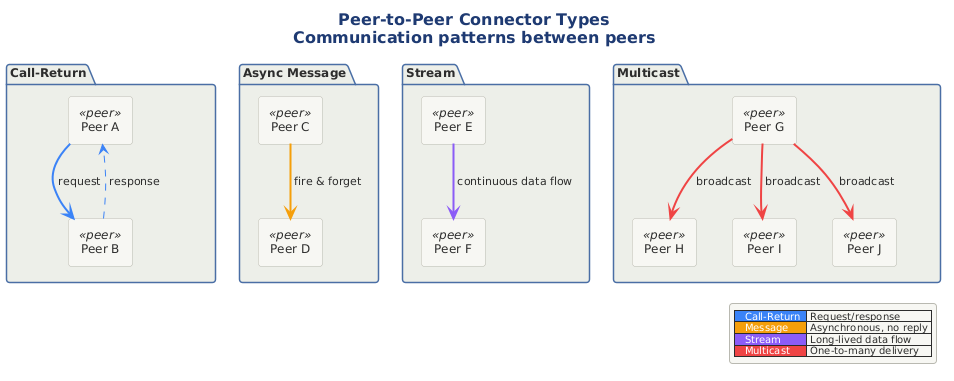
The PlantUML diagram src/architecture/views-and-beyond/style-catalogs/component-and-connector/peer-to-peer-style/png/03-connector-types.png in Notoriousjayy/latex-docs, before a commit.
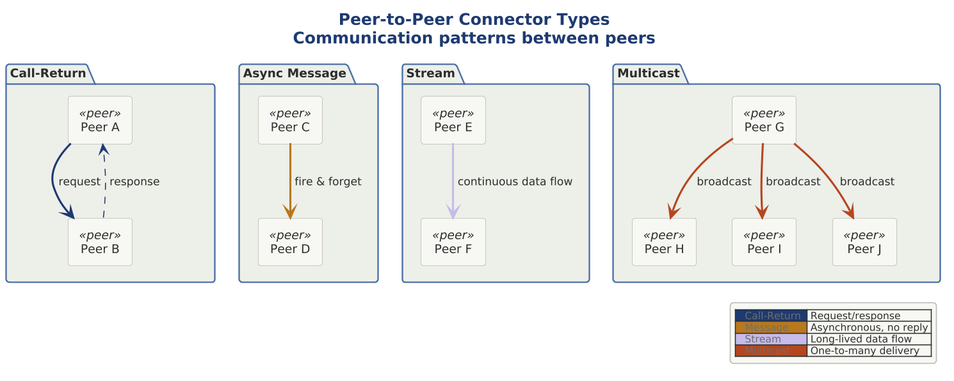
After the commit.

Change to the diagram source:
```diff
@@ -1,4 +1,9 @@
 @startuml 03-connector-types
+
+skinparam dpi 150
+
+
+
 
 !include ../../../../../../tooling/styles/plantuml/structural/package-diagram-style.iuml
 
@@ -7,20 +12,20 @@
 package "Call-Return" as CR {
   rectangle "Peer A" as cr_a <<peer>>
   rectangle "Peer B" as cr_b <<peer>>
-  cr_a -[#3B82F6,bold]-> cr_b : " request "
-  cr_b -[#3B82F6,dashed]-> cr_a : " response "
+  cr_a -[$line_primary,bold]-> cr_b : " request "
+  cr_b -[$line_primary,dashed]-> cr_a : " response "
 }
 
 package "Async Message" as AM {
   rectangle "Peer C" as am_c <<peer>>
   rectangle "Peer D" as am_d <<peer>>
-  am_c -[#F59E0B,bold]-> am_d : " fire & forget "
+  am_c -[$line_caution,bold]-> am_d : " fire & forget "
 }
 
 package "Stream" as ST {
   rectangle "Peer E" as st_e <<peer>>
   rectangle "Peer F" as st_f <<peer>>
-  st_e =[#8B5CF6,bold]=> st_f : " continuous data flow "
+  st_e =[$deep_alt,bold]=> st_f : " continuous data flow "
 }
 
 package "Multicast" as MC {
@@ -28,15 +33,15 @@
   rectangle "Peer H" as mc_h <<peer>>
   rectangle "Peer I" as mc_i <<peer>>
   rectangle "Peer J" as mc_j <<peer>>
-  mc_g -[#EF4444,bold]-> mc_h : " broadcast "
-  mc_g -[#EF4444,bold]-> mc_i : " broadcast "
-  mc_g -[#EF4444,bold]-> mc_j : " broadcast "
+  mc_g -[$line_invalid,bold]-> mc_h : " broadcast "
+  mc_g -[$line_invalid,bold]-> mc_i : " broadcast "
+  mc_g -[$line_invalid,bold]-> mc_j : " broadcast "
 }
 
 legend right
-  |<#3B82F6> <color:#FFFFFF>  Call-Return  </color>| Request/response |
-  |<#F59E0B> <color:#FFFFFF>  Message  </color>| Asynchronous, no reply |
-  |<#8B5CF6> <color:#FFFFFF>  Stream  </color>| Long-lived data flow |
-  |<#EF4444> <color:#FFFFFF>  Multicast  </color>| One-to-many delivery |
+  |<$line_primary> <color:$line_neutral>  Call-Return  </color>| Request/response |
+  |<$line_caution> <color:$line_neutral>  Message  </color>| Asynchronous, no reply |
+  |<$deep_alt> <color:$line_neutral>  Stream  </color>| Long-lived data flow |
+  |<$line_invalid> <color:$line_neutral>  Multicast  </color>| One-to-many delivery |
 end legend
 @enduml
```
